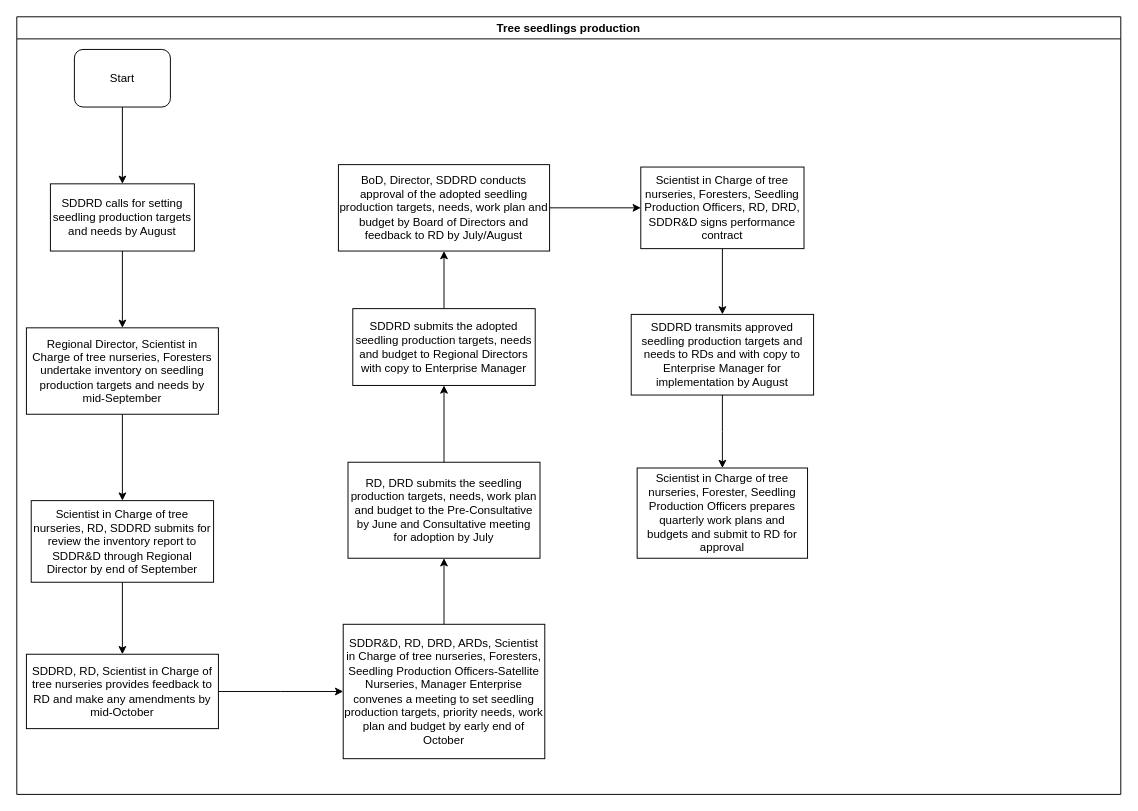
Above: KEFRI-R&D-Tree seedlings production.drawio in kmagua/flowcharts (draw.io), before the change. Source tidied: cells renumbered, new cells numbered last; positions are measured from the earlier drawing's top-left corner, leaving out a move shared by most shapes. Both pictures are drawn from the tidied source at 96%, with x=0, y=0 at pixel (16, 16).
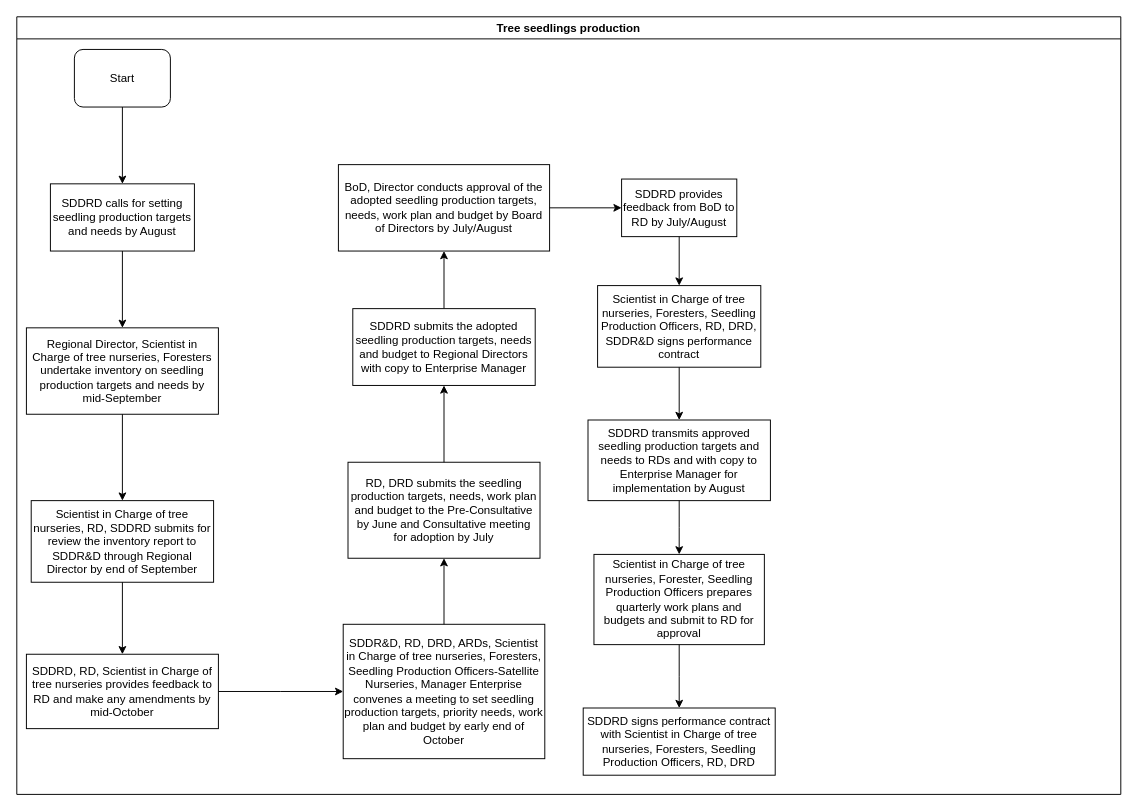
The same page after the edit.

The change refers to these unchanged cells:
```xml
<mxCell id="2" value="Tree seedlings production" style="swimlane;" parent="1" vertex="1">
  <mxGeometry width="1150" height="810" as="geometry" />
</mxCell>
```

What changed in the source:
```diff
@@
-    <mxCell id="10" value="BoD, Director, SDDRD conducts approval of the adopted seedling production targets, needs, work plan and budget by Board of Directors and feedback to RD by July/August" style="whiteSpace=wrap;html=1;rounded=0;" parent="2" vertex="1">
+    <mxCell id="10" value="BoD, Director conducts approval of the adopted seedling production targets, needs, work plan and budget by Board of Directors by July/August" style="whiteSpace=wrap;html=1;rounded=0;" parent="2" vertex="1">
       <mxGeometry x="335" y="154" width="220" height="90" as="geometry" />
     </mxCell>
@@
     <mxCell id="14" value="Scientist in Charge of tree nurseries, Foresters, Seedling Production Officers, RD, DRD, SDDR&amp;amp;D signs performance contract" style="whiteSpace=wrap;html=1;rounded=0;" parent="2" vertex="1">
-      <mxGeometry x="650" y="156.5" width="170" height="85" as="geometry" />
+      <mxGeometry x="605" y="280" width="170" height="85" as="geometry" />
     </mxCell>
-    <mxCell id="15" style="edgeStyle=orthogonalEdgeStyle;rounded=0;jettySize=auto;html=1;" parent="2" edge="1" source="10" target="14">
-      <mxGeometry relative="1" as="geometry" />
-    </mxCell>
     <mxCell id="16" value="SDDRD transmits approved seedling production targets and needs to RDs and with copy to Enterprise Manager for implementation by August" style="whiteSpace=wrap;html=1;rounded=0;" parent="2" vertex="1">
-      <mxGeometry x="640" y="310" width="190" height="84" as="geometry" />
+      <mxGeometry x="595" y="420" width="190" height="84" as="geometry" />
     </mxCell>
@@
     <mxCell id="18" value="Scientist in Charge of tree nurseries, Forester, Seedling Production Officers prepares quarterly work plans and budgets and submit to RD for approval " style="whiteSpace=wrap;html=1;rounded=0;" parent="2" vertex="1">
-      <mxGeometry x="646.2" y="470" width="177.5" height="94" as="geometry" />
+      <mxGeometry x="601.2" y="560" width="177.5" height="94" as="geometry" />
     </mxCell>
@@
+    <mxCell id="26" value="SDDRD provides feedback from BoD to RD by July/August" style="whiteSpace=wrap;html=1;rounded=0;" parent="2" vertex="1">
+      <mxGeometry x="630" y="169" width="120" height="60" as="geometry" />
+    </mxCell>
+    <mxCell id="27" style="edgeStyle=orthogonalEdgeStyle;rounded=0;jettySize=auto;html=1;" parent="2" edge="1" source="10" target="26">
+      <mxGeometry relative="1" as="geometry" />
+    </mxCell>
+    <mxCell id="28" style="edgeStyle=orthogonalEdgeStyle;rounded=0;jettySize=auto;html=1;entryX=0.5;entryY=0;entryDx=0;entryDy=0;" parent="2" edge="1" source="26" target="14">
+      <mxGeometry relative="1" as="geometry" />
+    </mxCell>
+    <mxCell id="29" value="SDDRD signs performance contract with Scientist in Charge of tree nurseries, Foresters, Seedling Production Officers, RD, DRD" style="whiteSpace=wrap;html=1;rounded=0;" parent="2" vertex="1">
+      <mxGeometry x="590" y="720" width="200" height="70" as="geometry" />
+    </mxCell>
+    <mxCell id="30" style="edgeStyle=orthogonalEdgeStyle;rounded=0;jettySize=auto;html=1;" parent="2" edge="1" source="18" target="29">
+      <mxGeometry relative="1" as="geometry" />
+    </mxCell>
```
